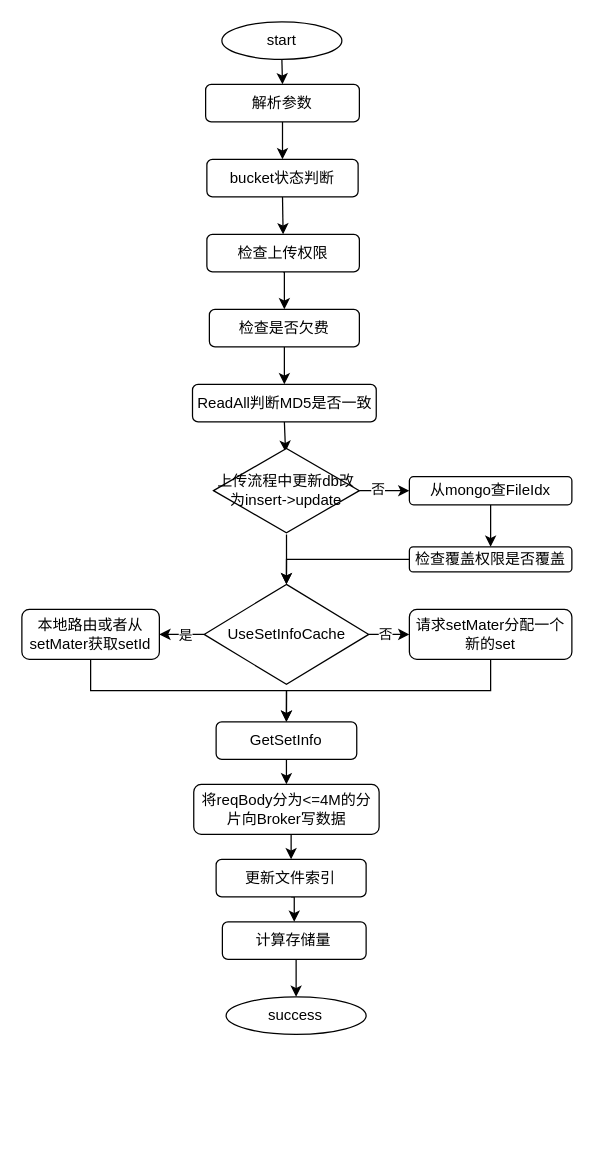
This is Untitled Diagram.drawio from chenwbyx/age_page, a draw.io file, before an edit. Source tidied: cells renumbered, new cells numbered last; positions are measured from the earlier drawing's top-left corner, leaving out a move shared by most shapes. Both pictures are drawn from the tidied source at 125%, with x=0, y=0 at pixel (21, 21).
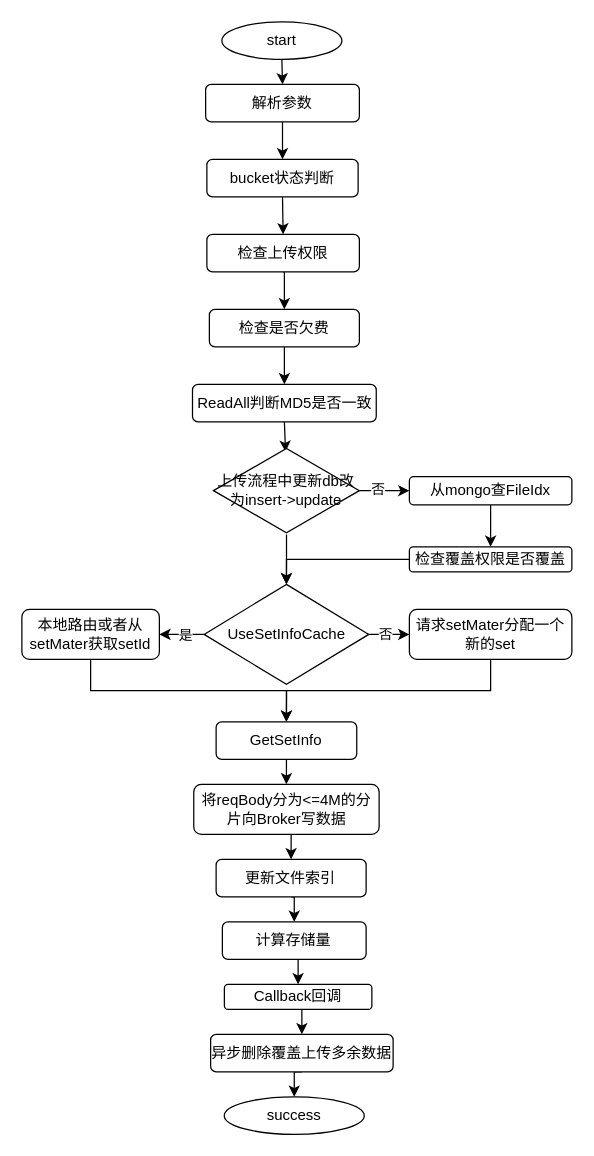
The same page after the edit.

The change refers to these unchanged cells:
```xml
<mxCell id="38" value="计算存储量" style="rounded=1;whiteSpace=wrap;html=1;" parent="1" vertex="1">
  <mxGeometry x="160.4" y="720" width="115" height="30" as="geometry" />
</mxCell>
```

Diff of the diagram source:
```diff
@@
-    <mxCell id="37" style="edgeStyle=orthogonalEdgeStyle;rounded=0;jettySize=auto;html=1;exitX=0.5;exitY=1;exitDx=0;exitDy=0;entryX=0.5;entryY=0;entryDx=0;entryDy=0;" parent="1" edge="1" source="38" target="39">
-      <mxGeometry relative="1" as="geometry" />
-    </mxCell>
+    <mxCell id="40" style="edgeStyle=orthogonalEdgeStyle;rounded=0;jettySize=auto;html=1;exitX=0.5;exitY=1;exitDx=0;exitDy=0;entryX=0.5;entryY=0;entryDx=0;entryDy=0;" parent="1" edge="1" source="38" target="42">
+      <mxGeometry relative="1" as="geometry" />
+    </mxCell>
@@
     <mxCell id="39" value="success" style="ellipse;whiteSpace=wrap;html=1;" parent="1" vertex="1">
-      <mxGeometry x="163.4" y="780" width="112" height="30" as="geometry" />
+      <mxGeometry x="161.9" y="860" width="112" height="30" as="geometry" />
     </mxCell>
+    <mxCell id="41" style="edgeStyle=orthogonalEdgeStyle;rounded=0;jettySize=auto;html=1;exitX=0.5;exitY=1;exitDx=0;exitDy=0;entryX=0.5;entryY=0;entryDx=0;entryDy=0;" parent="1" edge="1" source="42" target="44">
+      <mxGeometry relative="1" as="geometry" />
+    </mxCell>
+    <mxCell id="42" value="Callback回调" style="rounded=1;whiteSpace=wrap;html=1;" parent="1" vertex="1">
+      <mxGeometry x="162" y="770" width="118" height="20" as="geometry" />
+    </mxCell>
+    <mxCell id="43" style="edgeStyle=orthogonalEdgeStyle;rounded=0;jettySize=auto;html=1;exitX=0.5;exitY=1;exitDx=0;exitDy=0;entryX=0.5;entryY=0;entryDx=0;entryDy=0;" parent="1" edge="1" source="44" target="39">
+      <mxGeometry relative="1" as="geometry" />
+    </mxCell>
+    <mxCell id="44" value="异步删除覆盖上传多余数据" style="rounded=1;whiteSpace=wrap;html=1;" parent="1" vertex="1">
+      <mxGeometry x="151" y="810" width="146" height="30" as="geometry" />
+    </mxCell>
```
